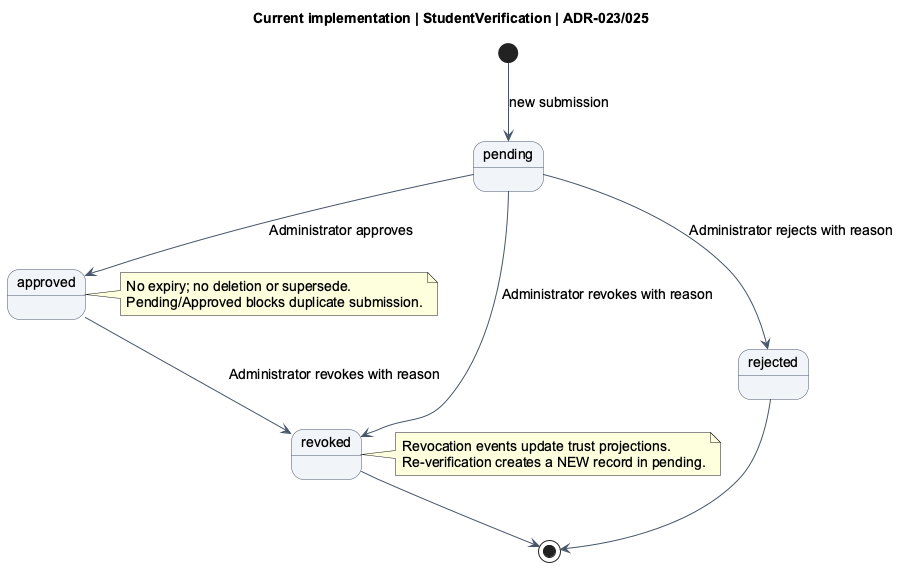
trankien022/SkillSwap keeps this PlantUML diagram as docs/diagrams/checkpoint/generated/state-student-verification.png. Above is the earlier version. Source of this version:
```plantuml
@startuml
title Current implementation | StudentVerification | ADR-023/025
skinparam backgroundColor #FFFFFF
skinparam shadowing false
skinparam defaultFontName Arial
skinparam defaultFontSize 14
skinparam ArrowColor #475569
skinparam sequenceParticipantBackgroundColor #F1F5F9
skinparam sequenceParticipantBorderColor #475569
skinparam activityBackgroundColor #F1F5F9
skinparam activityBorderColor #475569
skinparam stateBackgroundColor #F1F5F9
skinparam stateBorderColor #475569
[*] --> pending : new submission
pending --> approved : Administrator approves
pending --> rejected : Administrator rejects with reason
pending --> revoked : Administrator revokes with reason
approved --> revoked : Administrator revokes with reason
rejected --> [*]
revoked --> [*]
note right of approved
 No expiry; no deletion or supersede.
 Pending/Approved blocks duplicate submission.
end note
note right of revoked
 Revocation events update trust projections.
 Re-verification creates a NEW record in pending.
end note
@enduml
```
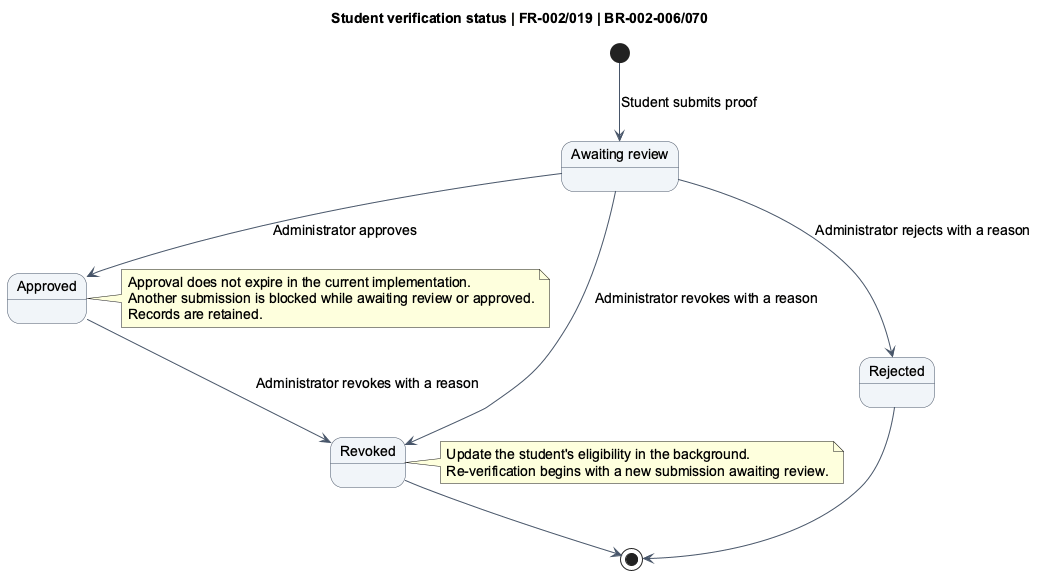
After the commit.

Change to the diagram source:
```diff
@@ -1,29 +1,34 @@
 @startuml
-title Current implementation | StudentVerification | ADR-023/025
+title Student verification status | FR-002/019 | BR-002-006/070
 skinparam backgroundColor #FFFFFF
 skinparam shadowing false
 skinparam defaultFontName Arial
 skinparam defaultFontSize 14
 skinparam ArrowColor #475569
+skinparam activityBackgroundColor #F1F5F9
+skinparam activityBorderColor #475569
 skinparam sequenceParticipantBackgroundColor #F1F5F9
 skinparam sequenceParticipantBorderColor #475569
-skinparam activityBackgroundColor #F1F5F9
-skinparam activityBorderColor #475569
 skinparam stateBackgroundColor #F1F5F9
 skinparam stateBorderColor #475569
-[*] --> pending : new submission
+state "Awaiting review" as pending
+state "Approved" as approved
+state "Rejected" as rejected
+state "Revoked" as revoked
+[*] --> pending : Student submits proof
 pending --> approved : Administrator approves
-pending --> rejected : Administrator rejects with reason
-pending --> revoked : Administrator revokes with reason
-approved --> revoked : Administrator revokes with reason
+pending --> rejected : Administrator rejects with a reason
+pending --> revoked : Administrator revokes with a reason
+approved --> revoked : Administrator revokes with a reason
 rejected --> [*]
 revoked --> [*]
 note right of approved
- No expiry; no deletion or supersede.
- Pending/Approved blocks duplicate submission.
+ Approval does not expire in the current implementation.
+ Another submission is blocked while awaiting review or approved.
+ Records are retained.
 end note
 note right of revoked
- Revocation events update trust projections.
- Re-verification creates a NEW record in pending.
+ Update the student's eligibility in the background.
+ Re-verification begins with a new submission awaiting review.
 end note
 @enduml
```
